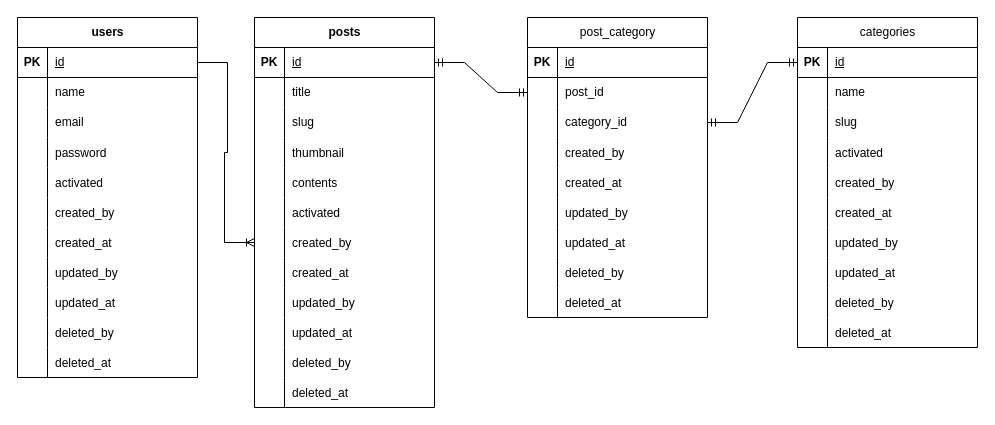
Above: database/diagram_db.drawio in phuocbt9x/booking_course (draw.io), before the change. Source tidied: cells renumbered, new cells numbered last; positions are measured from the earlier drawing's top-left corner, leaving out a move shared by most shapes. Both pictures are drawn from the tidied source at 100%, with x=0, y=0 at pixel (17, 17).
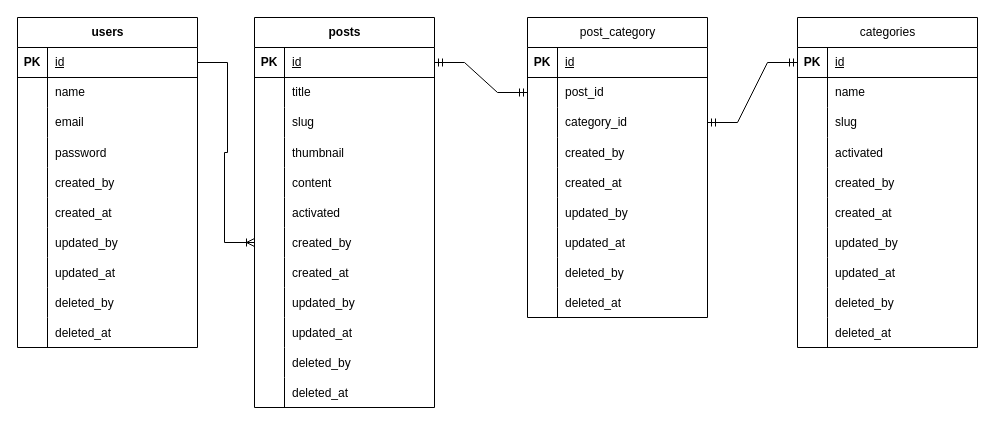
After the change.

Commit message (it also covers changes not shown here):
Cập nhật diagram_db.drawio

Unchanged cells that the change refers to:
```xml
<mxCell id="49" style="shape=tableRow;horizontal=0;startSize=0;swimlaneHead=0;swimlaneBody=0;fillColor=none;top=0;left=0;right=0;bottom=0;" parent="36" vertex="1">
  <mxGeometry y="150" width="180" height="30" as="geometry" />
</mxCell>
```

What changed in the source:
```diff
@@
     <mxCell id="2" value="users" style="shape=table;startSize=30;childLayout=tableLayout;rowLines=0;fontStyle=1;align=center;html=1;" parent="1" vertex="1">
-      <mxGeometry width="180" height="360" as="geometry" />
+      <mxGeometry width="180" height="330" as="geometry" />
     </mxCell>
@@
-    <mxCell id="15" style="shape=tableRow;horizontal=0;startSize=0;swimlaneHead=0;swimlaneBody=0;fillColor=none;top=0;left=0;right=0;bottom=0;" parent="2" vertex="1">
-      <mxGeometry y="150" width="180" height="30" as="geometry" />
-    </mxCell>
-    <mxCell id="16" style="shape=partialRectangle;fillColor=none;top=0;left=0;bottom=0;right=0;overflow=hidden;" parent="15" vertex="1">
-      <mxGeometry width="30" height="30" as="geometry" />
-    </mxCell>
-    <mxCell id="17" value="activated" style="shape=partialRectangle;fillColor=none;top=0;left=0;bottom=0;right=0;align=left;spacingLeft=6;overflow=hidden;" parent="15" vertex="1">
-      <mxGeometry x="30" width="150" height="30" as="geometry" />
-    </mxCell>
     <mxCell id="18" style="shape=tableRow;horizontal=0;startSize=0;swimlaneHead=0;swimlaneBody=0;fillColor=none;top=0;left=0;right=0;bottom=0;" parent="2" vertex="1">
-      <mxGeometry y="180" width="180" height="30" as="geometry" />
+      <mxGeometry y="150" width="180" height="30" as="geometry" />
     </mxCell>
@@
     <mxCell id="21" style="shape=tableRow;horizontal=0;startSize=0;swimlaneHead=0;swimlaneBody=0;fillColor=none;top=0;left=0;right=0;bottom=0;" parent="2" vertex="1">
-      <mxGeometry y="210" width="180" height="30" as="geometry" />
+      <mxGeometry y="180" width="180" height="30" as="geometry" />
     </mxCell>
@@
     <mxCell id="24" style="shape=tableRow;horizontal=0;startSize=0;swimlaneHead=0;swimlaneBody=0;fillColor=none;top=0;left=0;right=0;bottom=0;" parent="2" vertex="1">
-      <mxGeometry y="240" width="180" height="30" as="geometry" />
+      <mxGeometry y="210" width="180" height="30" as="geometry" />
     </mxCell>
@@
     <mxCell id="27" style="shape=tableRow;horizontal=0;startSize=0;swimlaneHead=0;swimlaneBody=0;fillColor=none;top=0;left=0;right=0;bottom=0;" parent="2" vertex="1">
-      <mxGeometry y="270" width="180" height="30" as="geometry" />
+      <mxGeometry y="240" width="180" height="30" as="geometry" />
     </mxCell>
@@
     <mxCell id="30" style="shape=tableRow;horizontal=0;startSize=0;swimlaneHead=0;swimlaneBody=0;fillColor=none;top=0;left=0;right=0;bottom=0;" parent="2" vertex="1">
-      <mxGeometry y="300" width="180" height="30" as="geometry" />
+      <mxGeometry y="270" width="180" height="30" as="geometry" />
     </mxCell>
@@
     <mxCell id="33" style="shape=tableRow;horizontal=0;startSize=0;swimlaneHead=0;swimlaneBody=0;fillColor=none;top=0;left=0;right=0;bottom=0;" parent="2" vertex="1">
-      <mxGeometry y="330" width="180" height="30" as="geometry" />
+      <mxGeometry y="300" width="180" height="30" as="geometry" />
     </mxCell>
@@
-    <mxCell id="51" value="contents" style="shape=partialRectangle;fillColor=none;top=0;left=0;bottom=0;right=0;align=left;spacingLeft=6;overflow=hidden;" parent="49" vertex="1">
+    <mxCell id="51" value="content" style="shape=partialRectangle;fillColor=none;top=0;left=0;bottom=0;right=0;align=left;spacingLeft=6;overflow=hidden;" parent="49" vertex="1">
       <mxGeometry x="30" width="150" height="30" as="geometry" />
     </mxCell>
```
